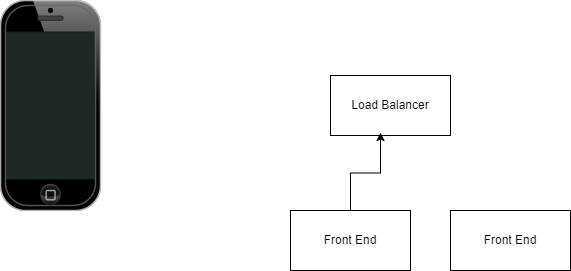
Before: aws-cloud-resume-architecture.drawio.png, a diagram exported from draw.io (tanaka14/aws-cloud-resume). Source tidied: cells renumbered, new cells last; positions are measured from the earlier drawing's top-left corner, leaving out a move shared by most shapes.
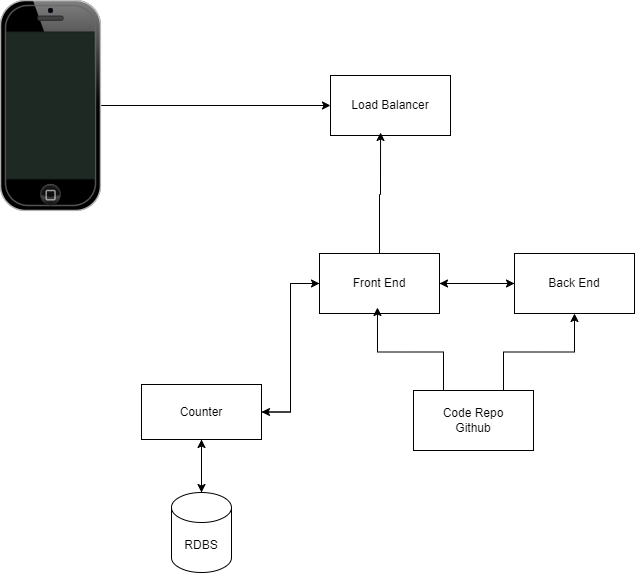
Above is the later version.

Change to the diagram source:
```diff
@@ -1,7 +1,10 @@
-<mxGraphModel>
+<mxGraphModel shadow="1">
   <root>
     <mxCell id="0" />
     <mxCell id="1" parent="0" />
+    <mxCell id="7" style="edgeStyle=orthogonalEdgeStyle;rounded=0;jettySize=auto;html=1;" parent="1" edge="1" source="2" target="3">
+      <mxGeometry relative="1" as="geometry" />
+    </mxCell>
     <mxCell id="2" style="verticalLabelPosition=bottom;verticalAlign=top;html=1;shadow=0;dashed=0;strokeWidth=1;shape=mxgraph.ios.iPhone;bgStyle=bgGreen;fillColor=#aaaaaa;sketch=0;" parent="1" vertex="1">
       <mxGeometry width="100" height="210" as="geometry" />
     </mxCell>
@@ -11,11 +14,44 @@
     <mxCell id="4" style="edgeStyle=orthogonalEdgeStyle;rounded=0;jettySize=auto;html=1;entryX=0.417;entryY=0.95;entryDx=0;entryDy=0;entryPerimeter=0;" parent="1" edge="1" source="5" target="3">
       <mxGeometry relative="1" as="geometry" />
     </mxCell>
+    <mxCell id="8" style="edgeStyle=orthogonalEdgeStyle;rounded=0;jettySize=auto;html=1;entryX=0;entryY=0.5;entryDx=0;entryDy=0;" parent="1" edge="1" source="5" target="6">
+      <mxGeometry relative="1" as="geometry" />
+    </mxCell>
+    <mxCell id="9" style="edgeStyle=orthogonalEdgeStyle;rounded=0;jettySize=auto;html=1;entryX=1;entryY=0.5;entryDx=0;entryDy=0;" parent="1" edge="1" source="5" target="16">
+      <mxGeometry relative="1" as="geometry" />
+    </mxCell>
     <mxCell id="5" value="Front End" style="rounded=0;whiteSpace=wrap;html=1;" parent="1" vertex="1">
-      <mxGeometry x="290" y="210" width="120" height="60" as="geometry" />
+      <mxGeometry x="319" y="253" width="120" height="60" as="geometry" />
     </mxCell>
+    <mxCell id="10" style="edgeStyle=orthogonalEdgeStyle;rounded=0;jettySize=auto;html=1;" parent="1" edge="1" source="6" target="5">
+      <mxGeometry relative="1" as="geometry" />
+    </mxCell>
-    <mxCell id="6" value="Front End" style="rounded=0;whiteSpace=wrap;html=1;" parent="1" vertex="1">
-      <mxGeometry x="450" y="210" width="120" height="60" as="geometry" />
+    <mxCell id="6" value="Back End" style="rounded=0;whiteSpace=wrap;html=1;" parent="1" vertex="1">
+      <mxGeometry x="514" y="253" width="120" height="60" as="geometry" />
     </mxCell>
+    <mxCell id="11" style="edgeStyle=orthogonalEdgeStyle;rounded=0;jettySize=auto;html=1;exitX=0.75;exitY=0;exitDx=0;exitDy=0;entryX=0.5;entryY=1;entryDx=0;entryDy=0;" parent="1" edge="1" source="13" target="6">
+      <mxGeometry relative="1" as="geometry" />
+    </mxCell>
+    <mxCell id="12" style="edgeStyle=orthogonalEdgeStyle;rounded=0;jettySize=auto;html=1;exitX=0.25;exitY=0;exitDx=0;exitDy=0;entryX=0.483;entryY=0.9;entryDx=0;entryDy=0;entryPerimeter=0;" parent="1" edge="1" source="13" target="5">
+      <mxGeometry relative="1" as="geometry" />
+    </mxCell>
+    <mxCell id="13" value="Code Repo&lt;br&gt;Github" style="rounded=0;whiteSpace=wrap;html=1;" parent="1" vertex="1">
+      <mxGeometry x="413" y="390" width="120" height="60" as="geometry" />
+    </mxCell>
+    <mxCell id="14" style="edgeStyle=orthogonalEdgeStyle;rounded=0;jettySize=auto;html=1;" parent="1" edge="1" source="16" target="18">
+      <mxGeometry relative="1" as="geometry" />
+    </mxCell>
+    <mxCell id="15" style="edgeStyle=orthogonalEdgeStyle;rounded=0;jettySize=auto;html=1;entryX=0;entryY=0.5;entryDx=0;entryDy=0;" parent="1" edge="1" source="16" target="5">
+      <mxGeometry relative="1" as="geometry" />
+    </mxCell>
+    <mxCell id="16" value="Counter" style="rounded=0;whiteSpace=wrap;html=1;" parent="1" vertex="1">
+      <mxGeometry x="141" y="384" width="120" height="55" as="geometry" />
+    </mxCell>
+    <mxCell id="17" style="edgeStyle=orthogonalEdgeStyle;rounded=0;jettySize=auto;html=1;entryX=0.5;entryY=1;entryDx=0;entryDy=0;" parent="1" edge="1" source="18" target="16">
+      <mxGeometry relative="1" as="geometry" />
+    </mxCell>
+    <mxCell id="18" value="RDBS" style="shape=cylinder3;whiteSpace=wrap;html=1;boundedLbl=1;backgroundOutline=1;size=15;" parent="1" vertex="1">
+      <mxGeometry x="171" y="492" width="60" height="80" as="geometry" />
+    </mxCell>
   </root>
 </mxGraphModel>
```
